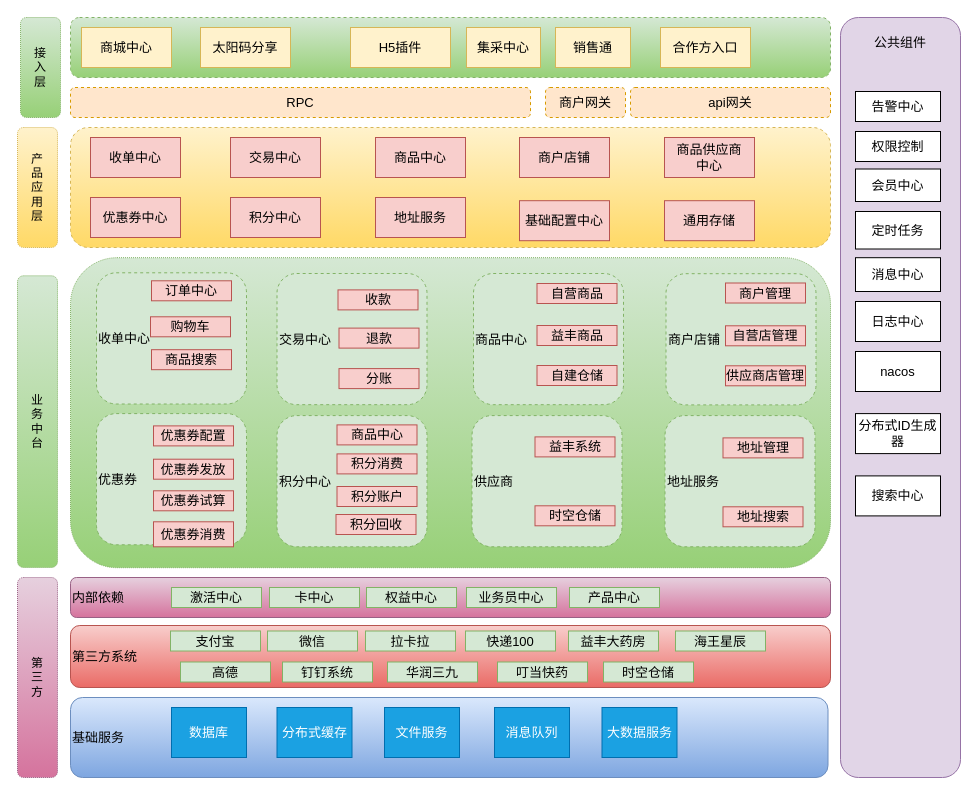
The draw.io diagram 营销系统架构图.drawio in bug254999780/crawler, before the edit. Source tidied: cells renumbered, new cells numbered last; positions are measured from the earlier drawing's top-left corner, leaving out a move shared by most shapes. Both pictures are drawn from the tidied source at 100%, with x=0, y=0 at pixel (17, 17).
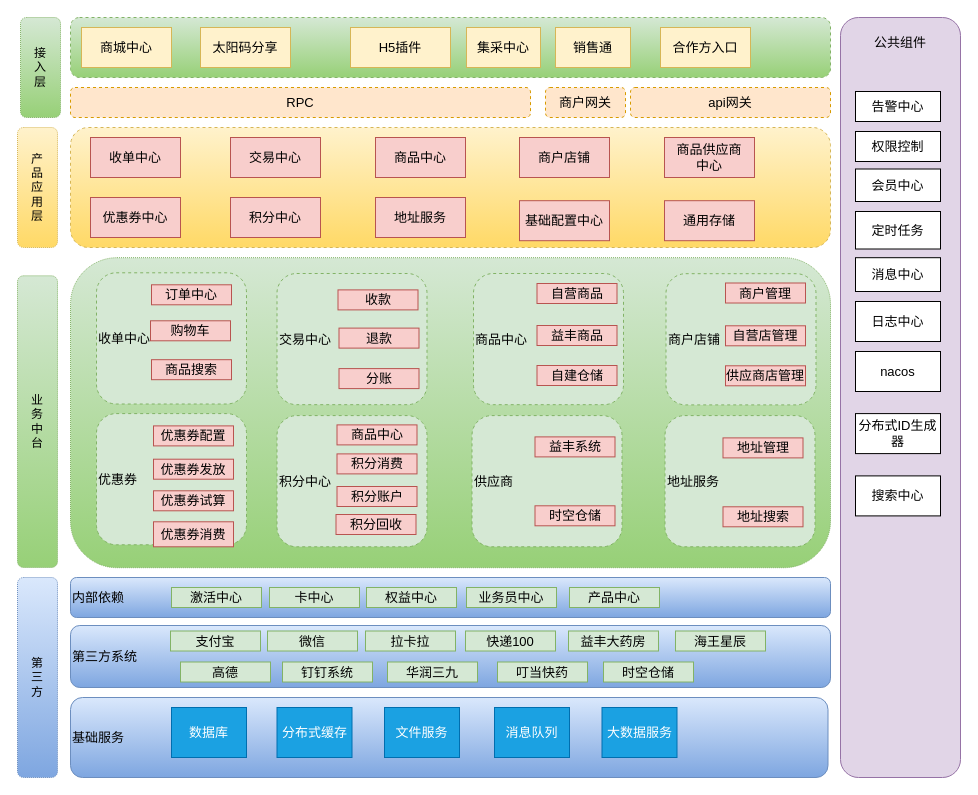
After the change.

Commit message (it also covers changes not shown here):
Update 商城系统架构图.drawio

The edit, as a diff of the source:
```diff
@@
     <mxCell id="17" value="订单中心" style="rounded=0;whiteSpace=wrap;html=1;fontSize=13;fillColor=#f8cecc;strokeColor=#b85450;" parent="1" vertex="1">
-      <mxGeometry x="134" y="263.3" width="80" height="20" as="geometry" />
+      <mxGeometry x="134" y="267.3" width="80" height="20" as="geometry" />
     </mxCell>
@@
     <mxCell id="21" value="购物车" style="rounded=0;whiteSpace=wrap;html=1;fontSize=13;fillColor=#f8cecc;strokeColor=#b85450;" parent="1" vertex="1">
-      <mxGeometry x="133" y="299.3" width="80" height="20" as="geometry" />
+      <mxGeometry x="133" y="303.3" width="80" height="20" as="geometry" />
     </mxCell>
     <mxCell id="22" value="商品搜索" style="rounded=0;whiteSpace=wrap;html=1;fontSize=13;fillColor=#f8cecc;strokeColor=#b85450;" parent="1" vertex="1">
-      <mxGeometry x="134" y="332.2" width="80" height="20" as="geometry" />
+      <mxGeometry x="134" y="342.2" width="80" height="20" as="geometry" />
     </mxCell>
@@
-    <mxCell id="29" value="内部依赖" style="rounded=1;whiteSpace=wrap;html=1;fontSize=13;align=left;fillColor=#e6d0de;strokeColor=#996185;gradientColor=#d5739d;" parent="1" vertex="1">
+    <mxCell id="29" value="内部依赖" style="rounded=1;whiteSpace=wrap;html=1;fontSize=13;align=left;fillColor=#dae8fc;strokeColor=#6c8ebf;gradientColor=#7ea6e0;" parent="1" vertex="1">
       <mxGeometry x="53" y="560" width="760" height="40" as="geometry" />
     </mxCell>
@@
-    <mxCell id="70" value="第三方系统" style="rounded=1;whiteSpace=wrap;html=1;fontSize=13;align=left;fillColor=#f8cecc;strokeColor=#b85450;gradientColor=#ea6b66;" parent="1" vertex="1">
+    <mxCell id="70" value="第三方系统" style="rounded=1;whiteSpace=wrap;html=1;fontSize=13;align=left;fillColor=#dae8fc;strokeColor=#6c8ebf;gradientColor=#7ea6e0;" parent="1" vertex="1">
       <mxGeometry x="53" y="608" width="760" height="62" as="geometry" />
     </mxCell>
@@
-    <mxCell id="94" value="第&lt;br&gt;三&lt;br&gt;方" style="rounded=1;whiteSpace=wrap;html=1;dashed=1;dashPattern=1 1;fillColor=#e6d0de;strokeColor=#996185;gradientColor=#d5739d;" parent="1" vertex="1">
+    <mxCell id="94" value="第&lt;br&gt;三&lt;br&gt;方" style="rounded=1;whiteSpace=wrap;html=1;dashed=1;dashPattern=1 1;fillColor=#dae8fc;strokeColor=#6c8ebf;gradientColor=#7ea6e0;" parent="1" vertex="1">
       <mxGeometry y="560" width="40" height="200" as="geometry" />
     </mxCell>
```
